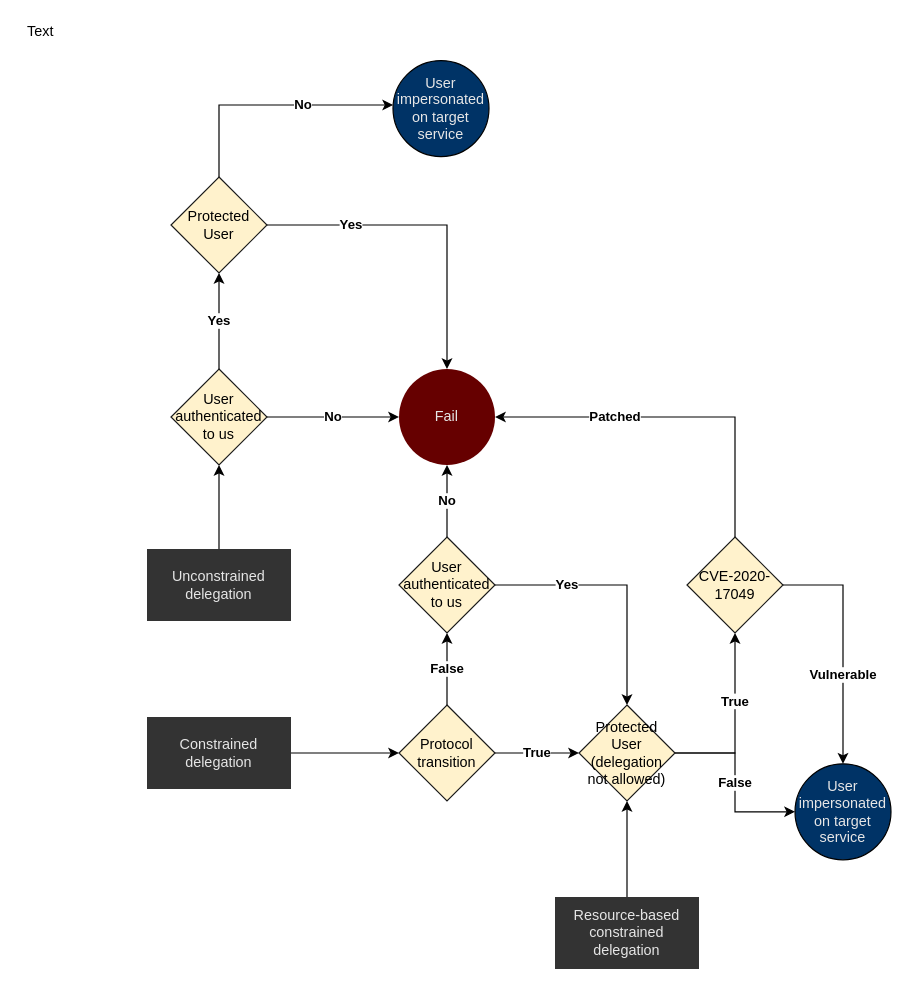
Before: .assets/Kerberos_delegation.drawio in The-Hacker-Recipes/The-Hacker-Recipes, a draw.io diagram. Source tidied: cells renumbered, new cells numbered last; positions are measured from the earlier drawing's top-left corner, leaving out a move shared by most shapes. Both pictures are drawn from the tidied source at 120%, with x=0, y=0 at pixel (20, 20).
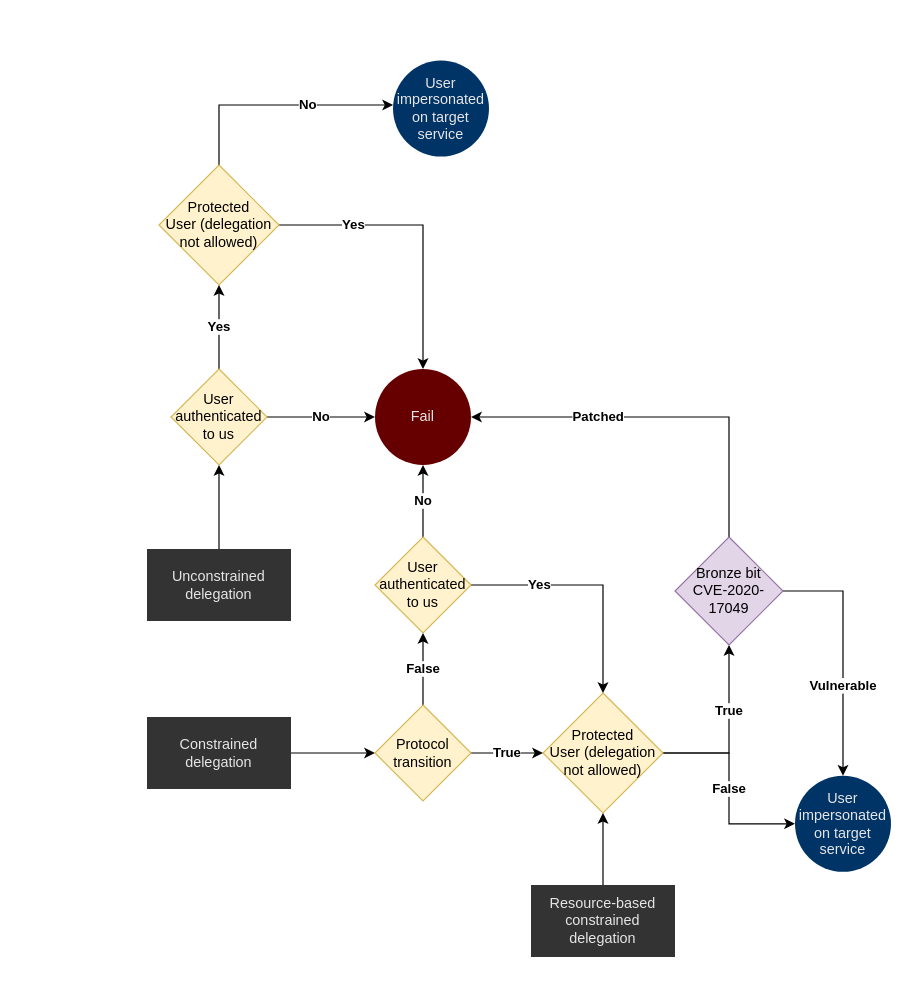
The same diagram, later.

Commit message (it also covers changes not shown here):
Updated the kerberos delegation image

The edit, as a diff of the source:
```diff
@@
     <mxCell id="2" style="rounded=0;whiteSpace=wrap;html=1;strokeColor=none;" parent="1" vertex="1">
-      <mxGeometry x="91" y="25" width="644" height="778" as="geometry" />
+      <mxGeometry x="88" y="20" width="644" height="778" as="geometry" />
     </mxCell>
@@
-    <mxCell id="5" value="True" style="edgeStyle=orthogonalEdgeStyle;rounded=0;jettySize=auto;html=1;fontStyle=1;" parent="1" edge="1" source="7" target="10">
+    <mxCell id="5" value="True" style="edgeStyle=orthogonalEdgeStyle;rounded=0;jettySize=auto;html=1;fontStyle=1;entryX=0.5;entryY=1;entryDx=0;entryDy=0;exitX=1;exitY=0.5;exitDx=0;exitDy=0;" parent="1" edge="1" source="7" target="10">
       <mxGeometry x="0.24" relative="1" as="geometry" />
     </mxCell>
-    <mxCell id="6" value="False" style="edgeStyle=orthogonalEdgeStyle;rounded=0;jettySize=auto;html=1;fontStyle=1;" parent="1" edge="1" source="7" target="29">
+    <mxCell id="6" value="False" style="edgeStyle=orthogonalEdgeStyle;rounded=0;jettySize=auto;html=1;entryX=0;entryY=0.5;entryDx=0;entryDy=0;fontStyle=1;" parent="1" edge="1" source="7" target="29">
       <mxGeometry relative="1" as="geometry" />
     </mxCell>
-    <mxCell id="7" value="Protected&lt;br&gt;User (delegation not allowed)" style="rhombus;whiteSpace=wrap;html=1;fillColor=#fff2cc;strokeColor=#1A1A1A;" parent="1" vertex="1">
-      <mxGeometry x="465" y="570" width="80" height="80" as="geometry" />
+    <mxCell id="7" value="Protected&lt;br&gt;User (delegation not allowed)" style="rhombus;whiteSpace=wrap;html=1;fillColor=#fff2cc;strokeColor=#d6b656;" parent="1" vertex="1">
+      <mxGeometry x="435" y="560" width="100" height="100" as="geometry" />
     </mxCell>
-    <mxCell id="8" value="Vulnerable" style="edgeStyle=orthogonalEdgeStyle;rounded=0;jettySize=auto;html=1;fontStyle=1;" parent="1" edge="1" source="10" target="29">
+    <mxCell id="8" value="Vulnerable" style="edgeStyle=orthogonalEdgeStyle;rounded=0;jettySize=auto;html=1;fontStyle=1;exitX=1;exitY=0.5;exitDx=0;exitDy=0;" parent="1" edge="1" source="10" target="29">
       <mxGeometry x="0.26" relative="1" as="geometry" />
     </mxCell>
-    <mxCell id="9" value="Patched" style="edgeStyle=orthogonalEdgeStyle;rounded=0;jettySize=auto;html=1;entryX=1;entryY=0.5;entryDx=0;entryDy=0;fontStyle=1;" parent="1" edge="1" source="10" target="21">
+    <mxCell id="9" value="Patched" style="edgeStyle=orthogonalEdgeStyle;rounded=0;jettySize=auto;html=1;entryX=1;entryY=0.5;entryDx=0;entryDy=0;fontStyle=1;exitX=0.5;exitY=0;exitDx=0;exitDy=0;" parent="1" edge="1" source="10" target="21">
       <mxGeometry x="0.33" relative="1" as="geometry">
         <Array as="points">
-          <mxPoint x="595" y="330" />
+          <mxPoint x="590" y="330" />
         </Array>
       </mxGeometry>
     </mxCell>
-    <mxCell id="10" value="CVE-2020-17049" style="rhombus;whiteSpace=wrap;html=1;fillColor=#fff2cc;strokeColor=#1A1A1A;" parent="1" vertex="1">
-      <mxGeometry x="555" y="430" width="80" height="80" as="geometry" />
+    <mxCell id="10" value="Bronze bit&lt;br&gt;CVE-2020-17049" style="rhombus;whiteSpace=wrap;html=1;fillColor=#e1d5e7;strokeColor=#9673a6;" parent="1" vertex="1">
+      <mxGeometry x="545" y="430" width="90" height="90" as="geometry" />
     </mxCell>
@@
-    <mxCell id="13" value="Protocol&lt;br&gt;transition" style="rhombus;whiteSpace=wrap;html=1;fillColor=#fff2cc;strokeColor=#1A1A1A;" parent="1" vertex="1">
-      <mxGeometry x="315" y="570" width="80" height="80" as="geometry" />
+    <mxCell id="13" value="Protocol&lt;br&gt;transition" style="rhombus;whiteSpace=wrap;html=1;fillColor=#fff2cc;strokeColor=#d6b656;" parent="1" vertex="1">
+      <mxGeometry x="295" y="570" width="80" height="80" as="geometry" />
     </mxCell>
@@
-    <mxCell id="16" value="User authenticated&lt;br&gt;to us" style="rhombus;whiteSpace=wrap;html=1;fillColor=#fff2cc;strokeColor=#1A1A1A;" parent="1" vertex="1">
-      <mxGeometry x="315" y="430" width="80" height="80" as="geometry" />
+    <mxCell id="16" value="User authenticated&lt;br&gt;to us" style="rhombus;whiteSpace=wrap;html=1;fillColor=#fff2cc;strokeColor=#d6b656;" parent="1" vertex="1">
+      <mxGeometry x="295" y="430" width="80" height="80" as="geometry" />
     </mxCell>
@@
     <mxCell id="20" value="Resource-based&lt;br&gt;constrained delegation" style="rounded=0;whiteSpace=wrap;html=1;fontColor=#E6E6E6;strokeColor=none;fillColor=#333333;" parent="1" vertex="1">
-      <mxGeometry x="445" y="730" width="120" height="60" as="geometry" />
+      <mxGeometry x="425" y="720" width="120" height="60" as="geometry" />
     </mxCell>
     <mxCell id="21" value="Fail" style="ellipse;whiteSpace=wrap;html=1;strokeColor=none;fillColor=#660000;fontColor=#E6E6E6;" parent="1" vertex="1">
-      <mxGeometry x="315" y="290" width="80" height="80" as="geometry" />
+      <mxGeometry x="295" y="290" width="80" height="80" as="geometry" />
     </mxCell>
@@
-    <mxCell id="24" value="Protected&lt;br&gt;User" style="rhombus;whiteSpace=wrap;html=1;fillColor=#fff2cc;strokeColor=#1A1A1A;" parent="1" vertex="1">
-      <mxGeometry x="125" y="130" width="80" height="80" as="geometry" />
+    <mxCell id="24" value="Protected&lt;br&gt;User (delegation not allowed)" style="rhombus;whiteSpace=wrap;html=1;fillColor=#fff2cc;strokeColor=#d6b656;" parent="1" vertex="1">
+      <mxGeometry x="115" y="120" width="100" height="100" as="geometry" />
     </mxCell>
@@
-    <mxCell id="27" value="User authenticated&lt;br&gt;to us" style="rhombus;whiteSpace=wrap;html=1;fillColor=#fff2cc;strokeColor=#1A1A1A;" parent="1" vertex="1">
+    <mxCell id="27" value="User authenticated&lt;br&gt;to us" style="rhombus;whiteSpace=wrap;html=1;fillColor=#fff2cc;strokeColor=#d6b656;" parent="1" vertex="1">
       <mxGeometry x="125" y="290" width="80" height="80" as="geometry" />
     </mxCell>
-    <mxCell id="28" value="User impersonated on target service" style="ellipse;whiteSpace=wrap;html=1;fillColor=#003366;fontColor=#E6E6E6;" parent="1" vertex="1">
+    <mxCell id="28" value="User impersonated on target service" style="ellipse;whiteSpace=wrap;html=1;fillColor=#003366;fontColor=#E6E6E6;strokeColor=none;" parent="1" vertex="1">
       <mxGeometry x="310" y="33" width="80" height="80" as="geometry" />
     </mxCell>
-    <mxCell id="29" value="User impersonated on target service" style="ellipse;whiteSpace=wrap;html=1;fillColor=#003366;fontColor=#E6E6E6;" parent="1" vertex="1">
-      <mxGeometry x="645" y="619" width="80" height="80" as="geometry" />
+    <mxCell id="29" value="User impersonated on target service" style="ellipse;whiteSpace=wrap;html=1;fillColor=#003366;fontColor=#E6E6E6;strokeColor=none;" parent="1" vertex="1">
+      <mxGeometry x="645" y="629" width="80" height="80" as="geometry" />
     </mxCell>
-    <mxCell id="30" value="Text" style="text;html=1;align=center;verticalAlign=middle;" parent="1" vertex="1">
-      <mxGeometry width="32" height="18" as="geometry" />
-    </mxCell>
```
